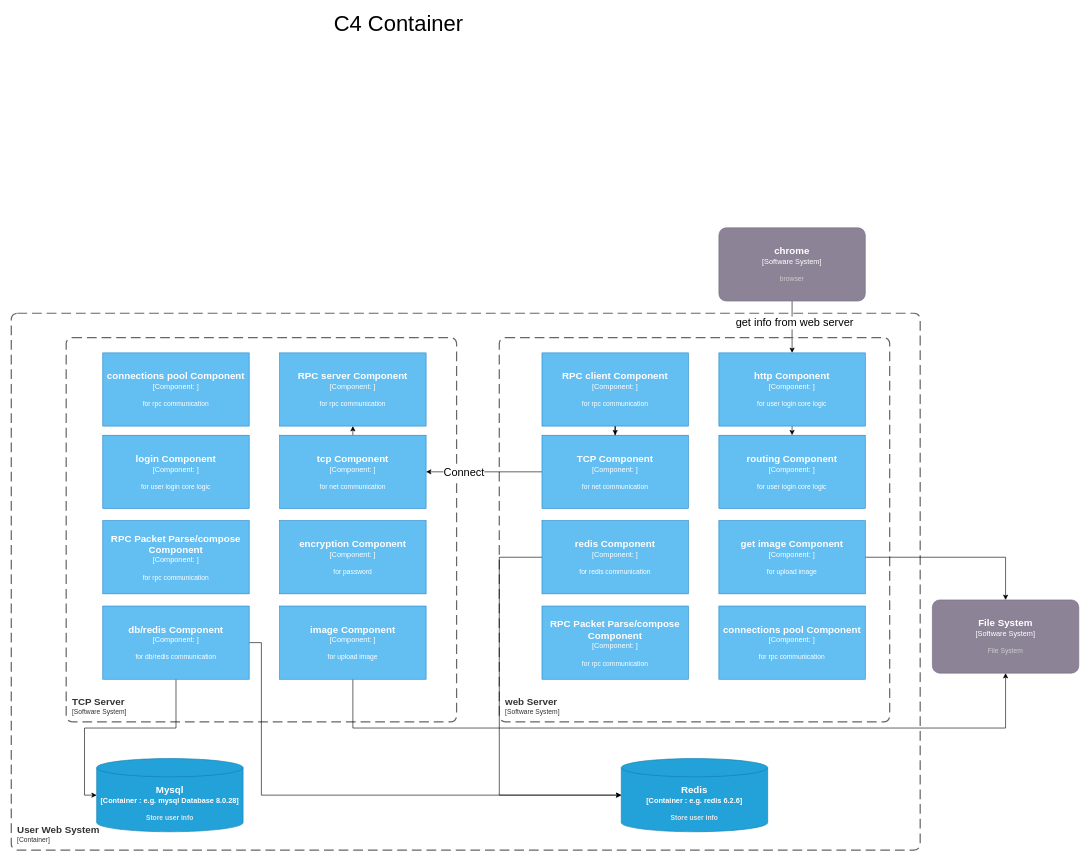
Before: network/C4Component.drawio in xiaobaiTech/image, a draw.io diagram. Source tidied: cells renumbered, new cells numbered last; positions are measured from the earlier drawing's top-left corner, leaving out a move shared by most shapes. Both pictures are drawn from the tidied source at 61%, with x=0, y=0 at pixel (11, 14).
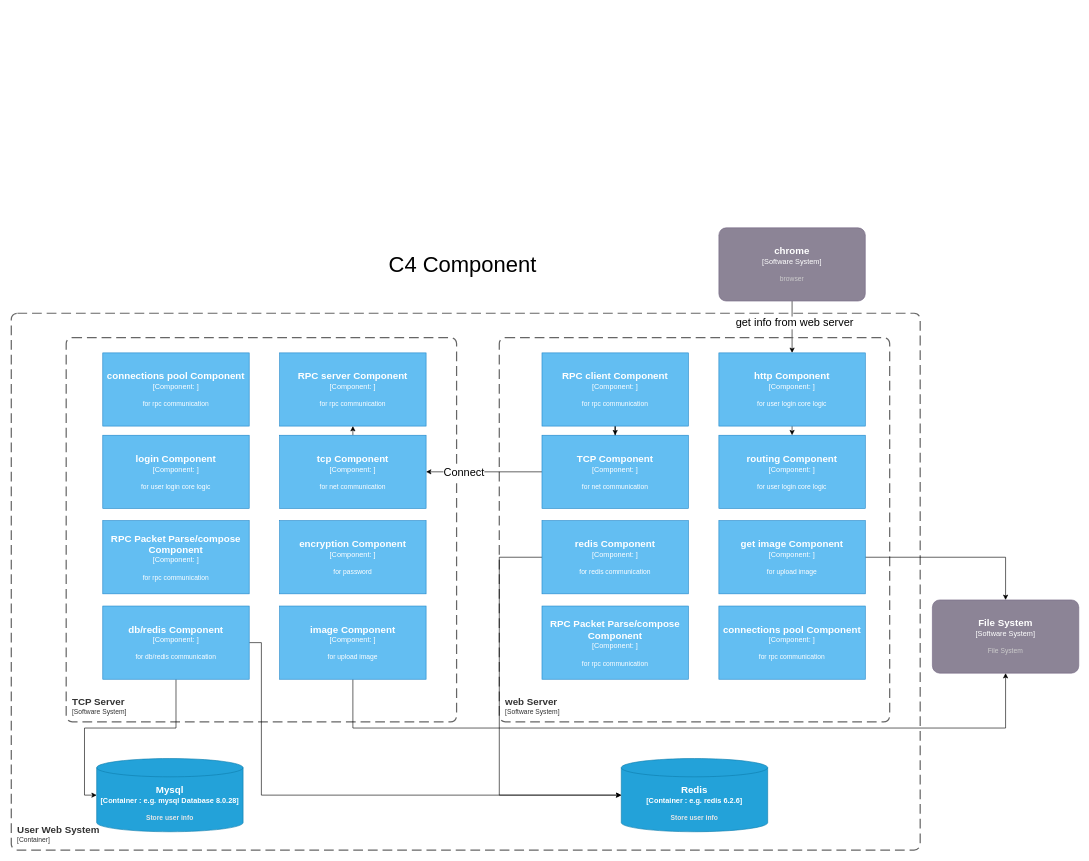
Above is the later version.

Change to the diagram source:
```diff
@@
-    <mxCell id="3" value="&lt;font style=&quot;font-size: 36px&quot;&gt;C4 Container&lt;/font&gt;" style="text;html=1;strokeColor=none;fillColor=none;align=center;verticalAlign=middle;whiteSpace=wrap;rounded=0;" parent="1" vertex="1">
-      <mxGeometry x="520" width="230" height="30" as="geometry" />
+    <mxCell id="3" value="&lt;font style=&quot;font-size: 36px&quot;&gt;C4 Component&lt;/font&gt;" style="text;html=1;strokeColor=none;fillColor=none;align=center;verticalAlign=middle;whiteSpace=wrap;rounded=0;" parent="1" vertex="1">
+      <mxGeometry x="580" y="395" width="320" height="30" as="geometry" />
     </mxCell>
```
